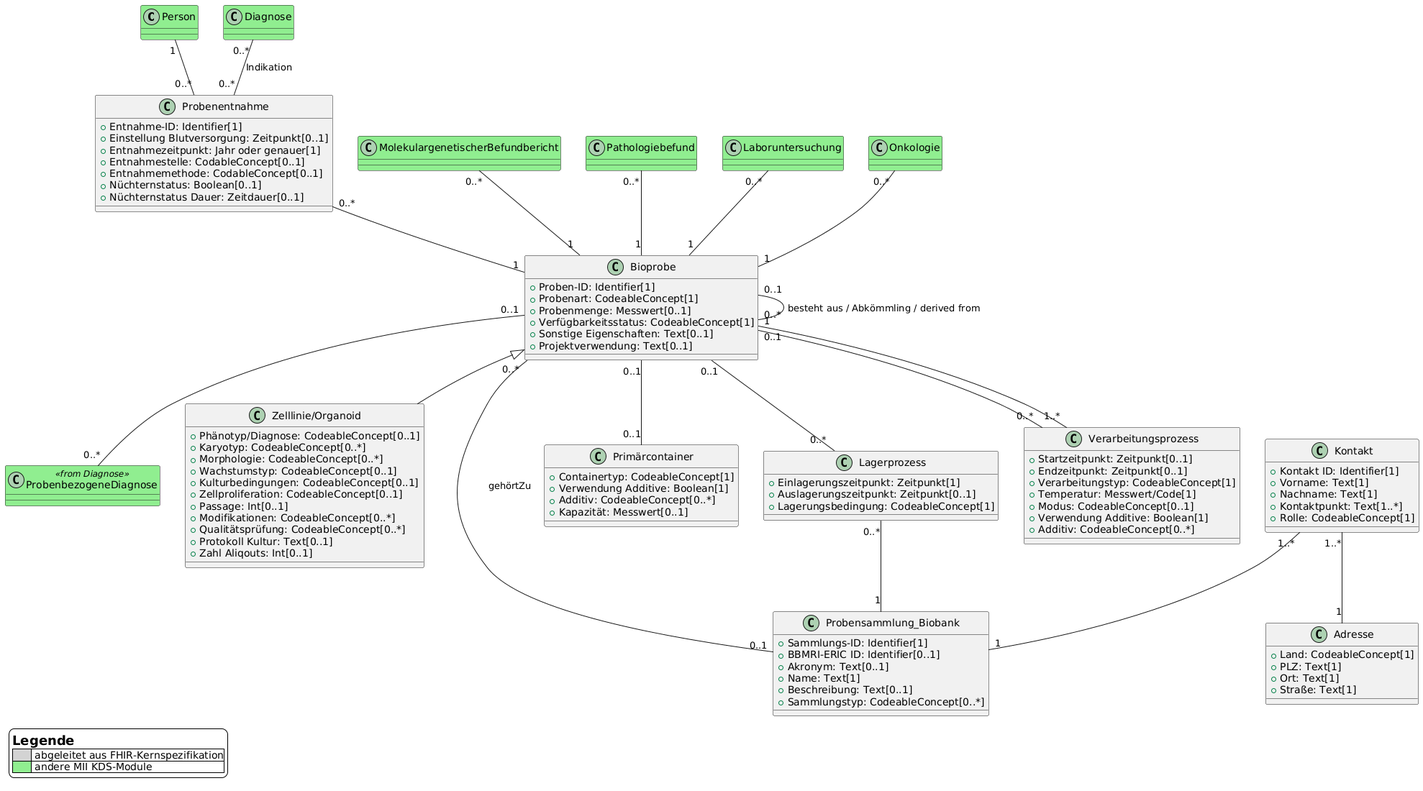
Before: implementation-guides/mii-ig-biobanken-de-v2026/images/UML_10_11_2025.png, a diagram exported from PlantUML (medizininformatik-initiative/kerndatensatzmodul-biobank).
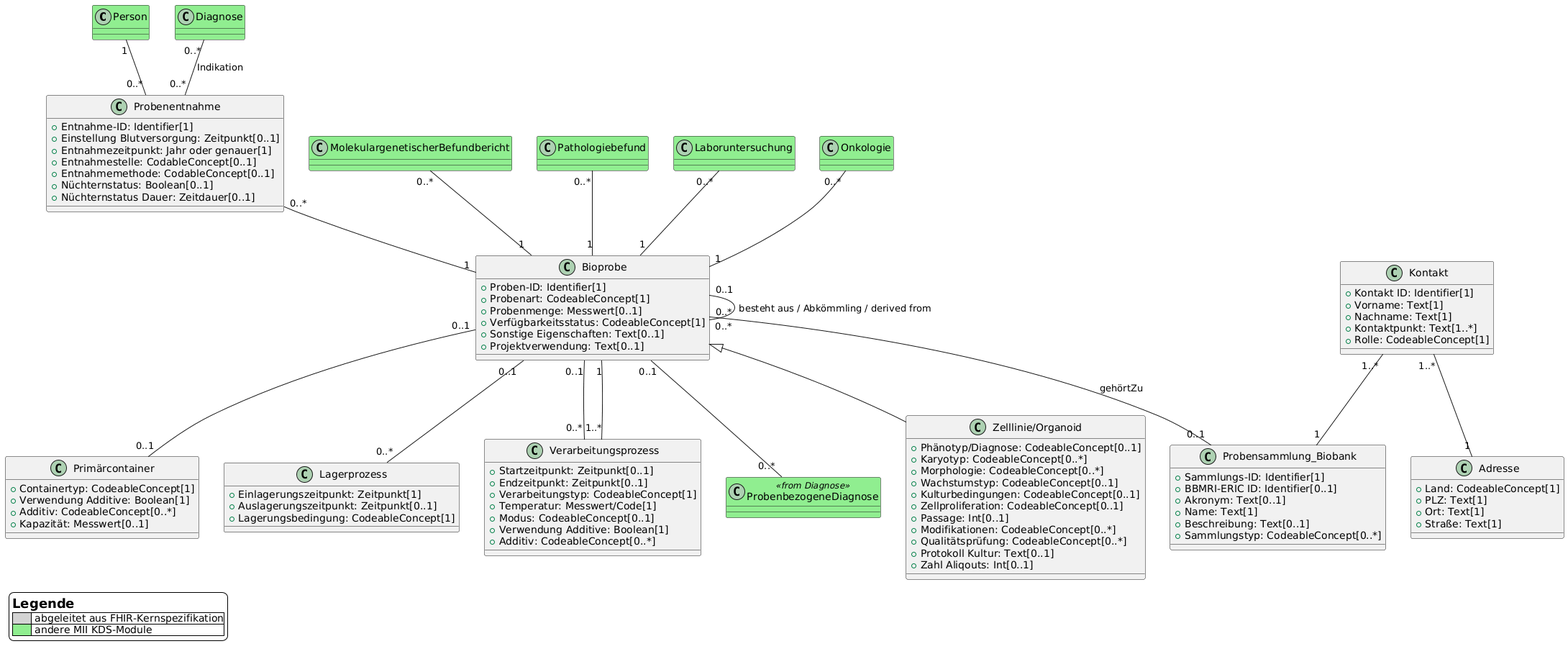
Later version of the same file.

What changed in the source:
```diff
@@ -109,7 +109,6 @@
 Kontakt "1..*" -- "1" Probensammlung_Biobank
 Bioprobe "0..1" -- "0..*" ProbenbezogeneDiagnose
 Bioprobe "0..1" -- "0..*" Bioprobe : besteht aus / Abkömmling / derived from
-Lagerprozess "0..*" -- "1" Probensammlung_Biobank
 
 legend left
     = Legende
```
